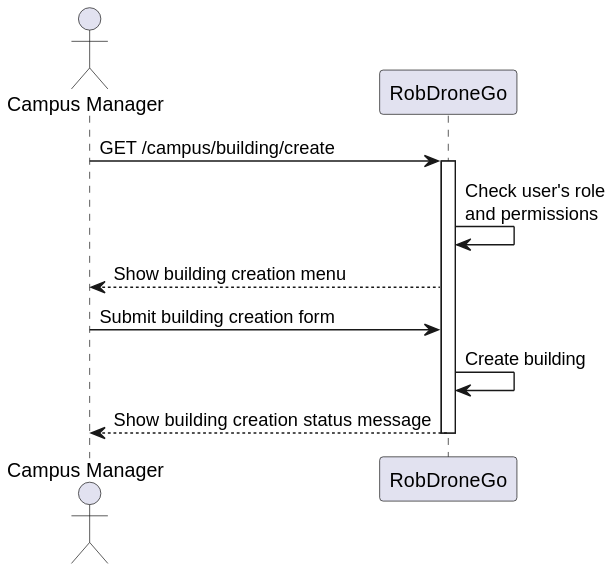
winqus/RobDroneGo keeps this PlantUML diagram as docs/US/ID-1160/SD Lv1.svg. Above is the earlier version.
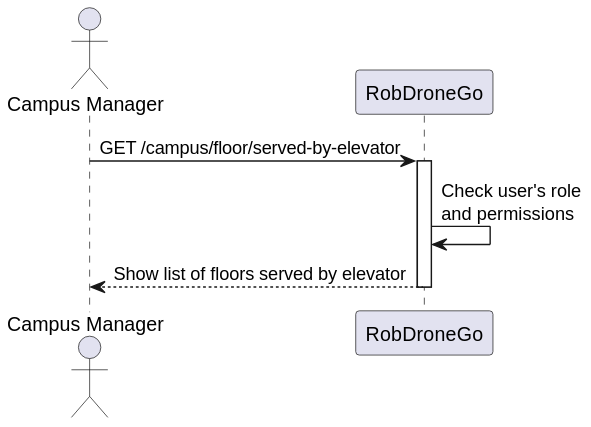
The same diagram one commit later.

Change to the diagram source:
```diff
@@ -3,18 +3,12 @@
 actor "Campus Manager" as user
 participant RobDroneGo as system
 
-user -> system : GET /campus/building/create
+user -> system : GET /campus/floor/served-by-elevator
 activate system
 
 system -> system : Check user's role\nand permissions
 
-user <-- system : Show building creation menu
-
-user -> system : Submit building creation form
-
-system -> system : Create building
-
-user <-- system : Show building creation status message
+user <-- system : Show list of floors served by elevator
 
 deactivate system
 
```
